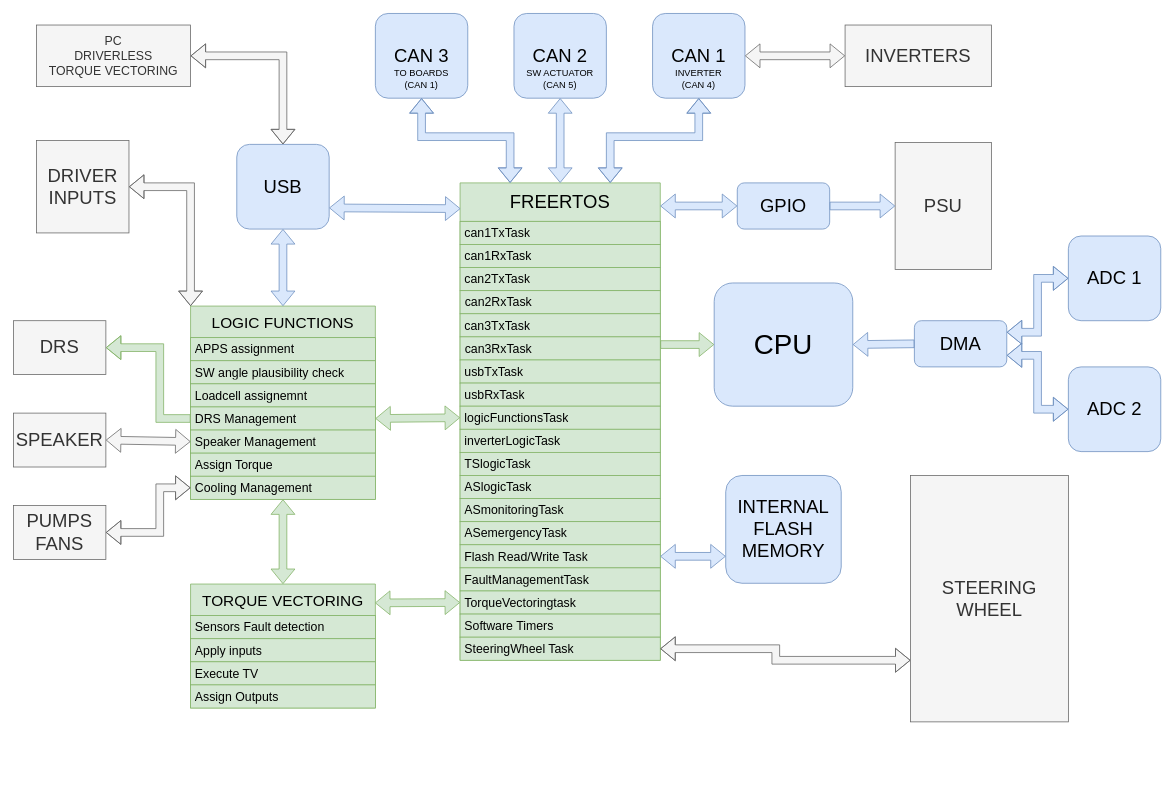
Above: VCUDP15firmwareScheme.drawio in carloFerr/carloFerr (draw.io), before the change. Source tidied: cells renumbered, new cells numbered last; positions are measured from the earlier drawing's top-left corner, leaving out a move shared by most shapes. Both pictures are drawn from the tidied source at 77%, with x=0, y=0 at pixel (13, 13).
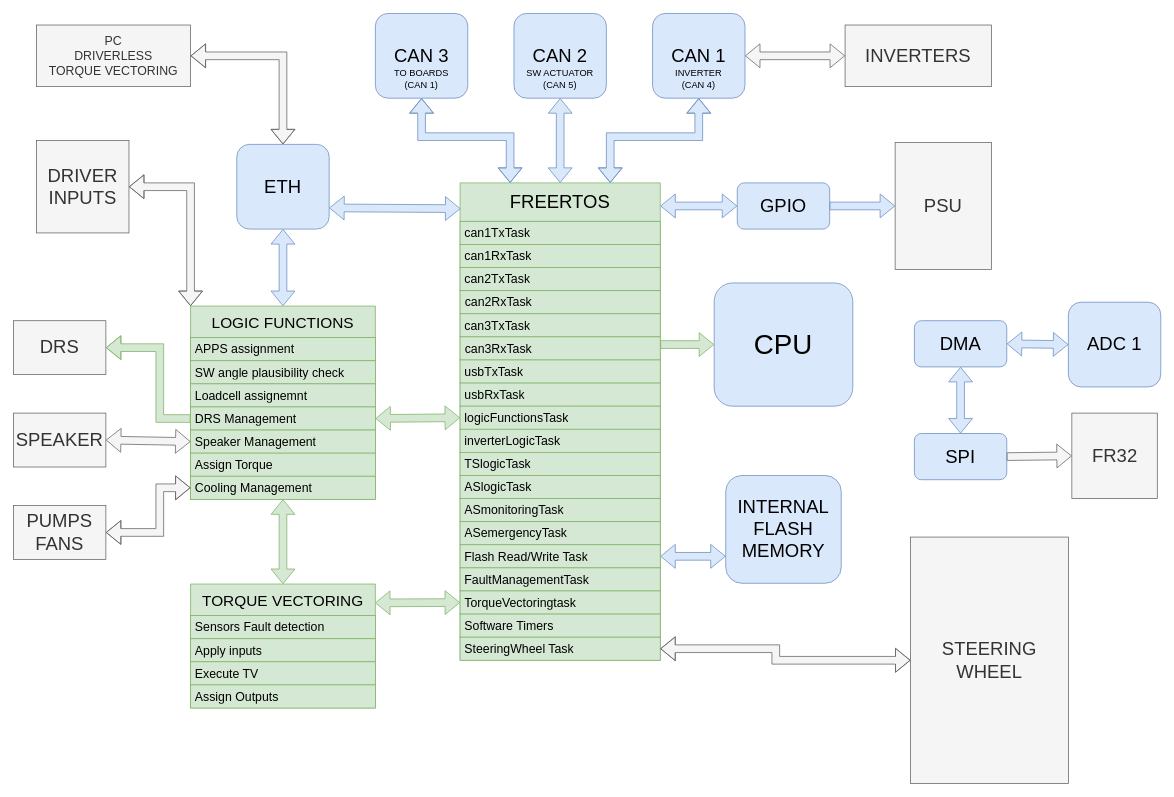
Above is the later version.

Unchanged cells that the change refers to:
```xml
<mxCell id="2" value="&lt;font style=&quot;font-size: 36px;&quot;&gt;CPU&lt;/font&gt;" style="rounded=1;whiteSpace=wrap;html=1;fillColor=#dae8fc;strokeColor=#6c8ebf;" parent="1" vertex="1">
  <mxGeometry x="910" y="350" width="180" height="160" as="geometry" />
</mxCell>
<mxCell id="4" value="&lt;font style=&quot;font-size: 24px;&quot;&gt;DMA&lt;/font&gt;" style="rounded=1;whiteSpace=wrap;html=1;fillColor=#dae8fc;strokeColor=#6c8ebf;" parent="1" vertex="1">
  <mxGeometry x="1170" y="399" width="120" height="60" as="geometry" />
</mxCell>
<mxCell id="29" value="SteeringWheel Task" style="text;strokeColor=#82b366;fillColor=#d5e8d4;align=left;verticalAlign=middle;spacingLeft=4;spacingRight=4;overflow=hidden;points=[[0,0.5],[1,0.5]];portConstraint=eastwest;whiteSpace=wrap;html=1;fontSize=16;" parent="10" vertex="1">
  <mxGeometry y="590" width="260" height="30" as="geometry" />
</mxCell>
```

The edit, as a diff of the source:
```diff
@@
     <mxCell id="5" value="&lt;font style=&quot;font-size: 24px;&quot;&gt;ADC 1&lt;br&gt;&lt;/font&gt;" style="rounded=1;whiteSpace=wrap;html=1;fillColor=#dae8fc;strokeColor=#6c8ebf;" parent="1" vertex="1">
-      <mxGeometry x="1370" y="289" width="120" height="110" as="geometry" />
+      <mxGeometry x="1370" y="375" width="120" height="110" as="geometry" />
     </mxCell>
-    <mxCell id="6" value="&lt;font style=&quot;font-size: 24px;&quot;&gt;ADC 2&lt;br&gt;&lt;/font&gt;" style="rounded=1;whiteSpace=wrap;html=1;fillColor=#dae8fc;strokeColor=#6c8ebf;" parent="1" vertex="1">
-      <mxGeometry x="1370" y="459" width="120" height="110" as="geometry" />
-    </mxCell>
-    <mxCell id="7" style="shape=flexArrow;endArrow=classic;startArrow=classic;html=1;rounded=0;entryX=0;entryY=0.5;entryDx=0;entryDy=0;exitX=1;exitY=0.25;exitDx=0;exitDy=0;fillColor=#dae8fc;strokeColor=#6c8ebf;" parent="1" edge="1" source="4" target="5">
-      <mxGeometry relative="1" as="geometry">
-        <Array as="points">
-          <mxPoint x="1330" y="414" />
-          <mxPoint x="1330" y="344" />
-        </Array>
-      </mxGeometry>
-    </mxCell>
-    <mxCell id="8" style="shape=flexArrow;endArrow=classic;startArrow=classic;html=1;rounded=0;entryX=0;entryY=0.5;entryDx=0;entryDy=0;exitX=1;exitY=0.75;exitDx=0;exitDy=0;fillColor=#dae8fc;strokeColor=#6c8ebf;" parent="1" edge="1" source="4" target="6">
-      <mxGeometry relative="1" as="geometry">
-        <Array as="points">
-          <mxPoint x="1330" y="444" />
-          <mxPoint x="1330" y="514" />
-        </Array>
-      </mxGeometry>
-    </mxCell>
-    <mxCell id="9" style="shape=flexArrow;endArrow=classic;html=1;rounded=0;exitX=0;exitY=0.5;exitDx=0;exitDy=0;entryX=1;entryY=0.5;entryDx=0;entryDy=0;fillColor=#dae8fc;strokeColor=#6c8ebf;" parent="1" edge="1" source="4" target="2">
-      <mxGeometry relative="1" as="geometry" />
-    </mxCell>
@@
-    <mxCell id="36" value="&lt;font style=&quot;font-size: 24px;&quot;&gt;USB&lt;br&gt;&lt;/font&gt;" style="rounded=1;whiteSpace=wrap;html=1;fillColor=#dae8fc;strokeColor=#6c8ebf;" parent="1" vertex="1">
+    <mxCell id="36" value="&lt;font style=&quot;font-size: 24px;&quot;&gt;ETH&lt;br&gt;&lt;/font&gt;" style="rounded=1;whiteSpace=wrap;html=1;fillColor=#dae8fc;strokeColor=#6c8ebf;" parent="1" vertex="1">
       <mxGeometry x="290" y="170" width="120" height="110" as="geometry" />
     </mxCell>
@@
-    <mxCell id="72" style="shape=flexArrow;endArrow=classic;startArrow=classic;html=1;rounded=0;exitX=1;exitY=0.5;exitDx=0;exitDy=0;entryX=0;entryY=0.75;entryDx=0;entryDy=0;fillColor=#f5f5f5;strokeColor=#666666;" parent="1" edge="1" source="29" target="73">
+    <mxCell id="72" style="shape=flexArrow;endArrow=classic;startArrow=classic;html=1;rounded=0;exitX=1;exitY=0.5;exitDx=0;exitDy=0;entryX=0;entryY=0.5;entryDx=0;entryDy=0;fillColor=#f5f5f5;strokeColor=#666666;" parent="1" edge="1" source="29" target="73">
       <mxGeometry relative="1" as="geometry">
         <Array as="points">
           <mxPoint x="990" y="825" />
           <mxPoint x="990" y="840" />
         </Array>
       </mxGeometry>
     </mxCell>
     <mxCell id="73" value="&lt;font style=&quot;font-size: 24px;&quot;&gt;STEERING&lt;br style=&quot;border-color: var(--border-color);&quot;&gt;&lt;/font&gt;&lt;span style=&quot;font-size: 24px;&quot;&gt;WHEEL&lt;/span&gt;" style="rounded=0;whiteSpace=wrap;html=1;fillColor=#f5f5f5;fontColor=#333333;strokeColor=#666666;" parent="1" vertex="1">
-      <mxGeometry x="1165" y="600" width="205" height="320" as="geometry" />
+      <mxGeometry x="1165" y="680" width="205" height="320" as="geometry" />
     </mxCell>
@@
+    <mxCell id="7" style="shape=flexArrow;endArrow=classic;startArrow=classic;html=1;rounded=0;entryX=0;entryY=0.5;entryDx=0;entryDy=0;exitX=1;exitY=0.5;exitDx=0;exitDy=0;fillColor=#dae8fc;strokeColor=#6c8ebf;" parent="1" edge="1" source="4" target="5">
+      <mxGeometry relative="1" as="geometry" />
+    </mxCell>
+    <mxCell id="78" value="&lt;font style=&quot;font-size: 24px;&quot;&gt;SPI&lt;/font&gt;" style="rounded=1;whiteSpace=wrap;html=1;fillColor=#dae8fc;strokeColor=#6c8ebf;" parent="1" vertex="1">
+      <mxGeometry x="1170" y="545.5" width="120" height="60" as="geometry" />
+    </mxCell>
+    <mxCell id="79" style="shape=flexArrow;endArrow=classic;html=1;rounded=0;entryX=0;entryY=0.5;entryDx=0;entryDy=0;exitX=1;exitY=0.5;exitDx=0;exitDy=0;fillColor=#f5f5f5;strokeColor=#666666;" parent="1" edge="1" source="78" target="80">
+      <mxGeometry relative="1" as="geometry" />
+    </mxCell>
+    <mxCell id="80" value="&lt;font style=&quot;font-size: 24px;&quot;&gt;FR32&lt;/font&gt;" style="whiteSpace=wrap;html=1;fillColor=#f5f5f5;fontColor=#333333;strokeColor=#666666;" parent="1" vertex="1">
+      <mxGeometry x="1374.5" y="519" width="111" height="111" as="geometry" />
+    </mxCell>
+    <mxCell id="81" style="shape=flexArrow;endArrow=classic;startArrow=classic;html=1;rounded=0;entryX=0.5;entryY=1;entryDx=0;entryDy=0;exitX=0.5;exitY=0;exitDx=0;exitDy=0;fillColor=#dae8fc;strokeColor=#6c8ebf;" parent="1" edge="1" source="78" target="4">
+      <mxGeometry relative="1" as="geometry" />
+    </mxCell>
```
